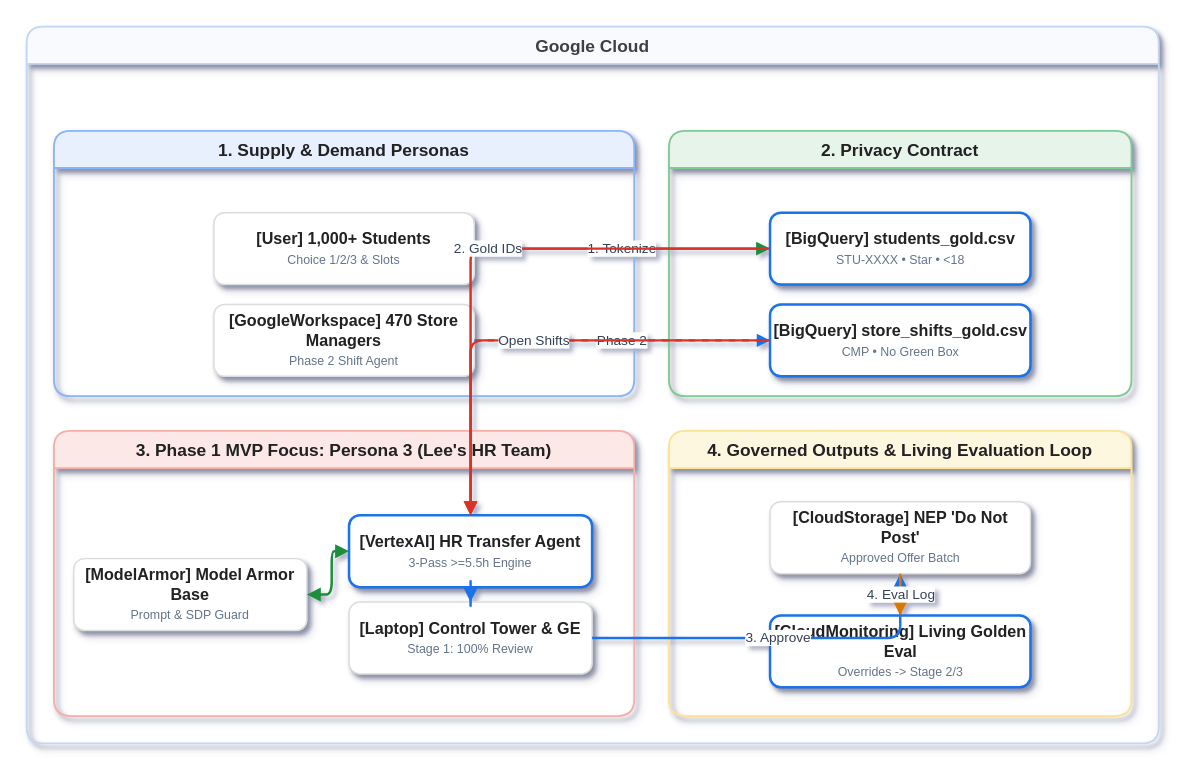
Before: diagrams/next_persona_data_flow.drawio in yenchau-google/talent-management, a draw.io diagram. Source tidied: cells renumbered, new cells numbered last; positions are measured from the earlier drawing's top-left corner, leaving out a move shared by most shapes. Both pictures are drawn from the tidied source at 124%, with x=0, y=0 at pixel (26, 26).
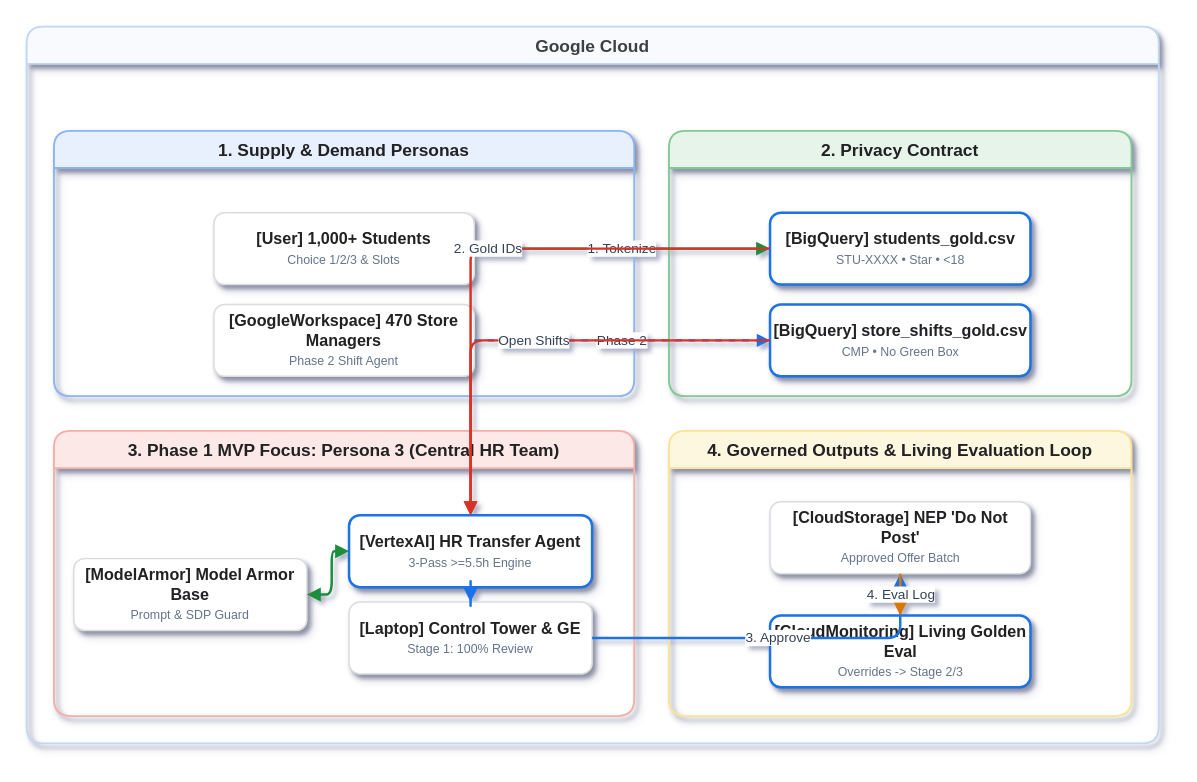
The same page after the edit.

The change refers to these unchanged cells:
```xml
<mxCell id="2" value="Google Cloud" style="swimlane;fontStyle=1;horizontal=1;startSize=30;rounded=1;fillColor=#f8fafd;strokeColor=#c2d7f5;strokeWidth=1.5;fontColor=#3c4043;fontSize=14;shadow=1;" parent="1" vertex="1">
  <mxGeometry width="913" height="578" as="geometry" />
</mxCell>
```

Change to the diagram source:
```diff
@@
-    <mxCell id="5" value="3. Phase 1 MVP Focus: Persona 3 (Lee's HR Team)" style="swimlane;fontStyle=1;horizontal=1;startSize=30;rounded=1;fillColor=#fce8e6;strokeColor=#f6aea9;strokeWidth=1.5;fontColor=#202124;fontSize=14;shadow=1;" parent="2" vertex="1">
+    <mxCell id="5" value="3. Phase 1 MVP Focus: Persona 3 (Central HR Team)" style="swimlane;fontStyle=1;horizontal=1;startSize=30;rounded=1;fillColor=#fce8e6;strokeColor=#f6aea9;strokeWidth=1.5;fontColor=#202124;fontSize=14;shadow=1;" parent="2" vertex="1">
       <mxGeometry x="22" y="326" width="468" height="230" as="geometry" />
     </mxCell>
```
